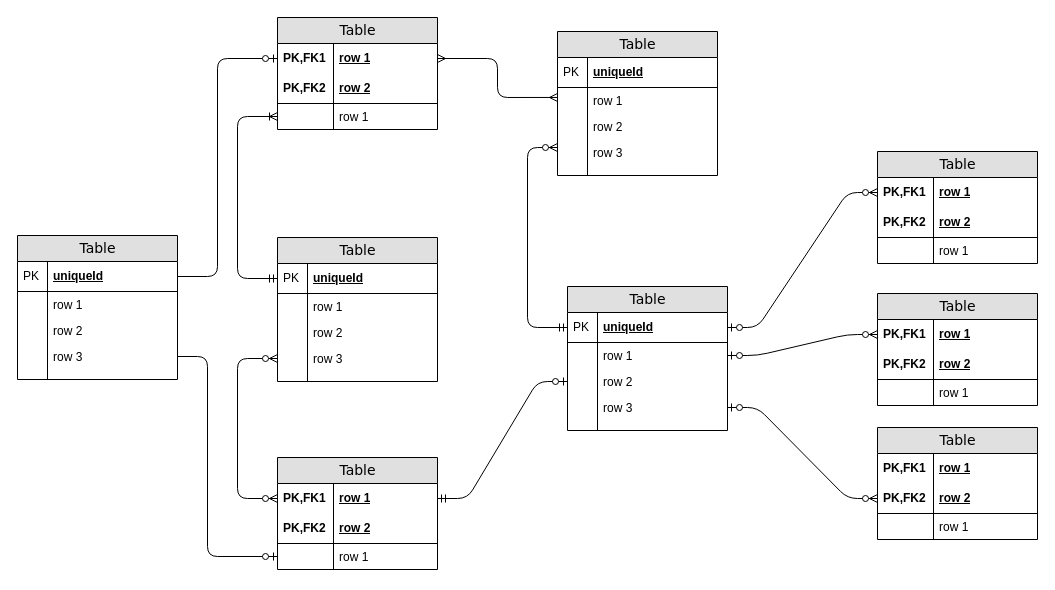
The draw.io diagram Untitled Diagram.drawio in dmiguez-hub/dmiguez, before the edit. Source tidied: cells renumbered, new cells numbered last; positions are measured from the earlier drawing's top-left corner, leaving out a move shared by most shapes. Both pictures are drawn from the tidied source at 100%, with x=0, y=0 at pixel (17, 17).
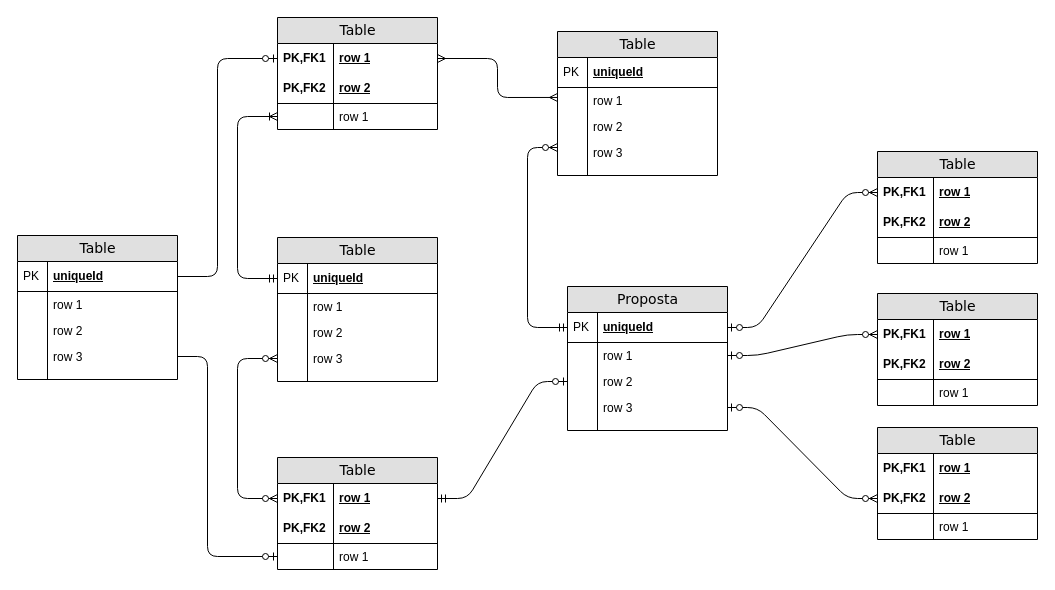
The same diagram, later.

Change to the diagram source:
```diff
@@
-    <mxCell id="31" value="Table" style="swimlane;html=1;fontStyle=0;horizontal=1;startSize=26;fillColor=#e0e0e0;swimlaneFillColor=#ffffff;align=center;rounded=0;shadow=0;comic=0;labelBackgroundColor=none;strokeWidth=1;fontFamily=Verdana;fontSize=14;" parent="1" vertex="1">
+    <mxCell id="31" value="Proposta" style="swimlane;html=1;fontStyle=0;horizontal=1;startSize=26;fillColor=#e0e0e0;swimlaneFillColor=#ffffff;align=center;rounded=0;shadow=0;comic=0;labelBackgroundColor=none;strokeWidth=1;fontFamily=Verdana;fontSize=14;" parent="1" vertex="1">
       <mxGeometry x="550" y="269" width="160" height="144" as="geometry" />
     </mxCell>
```
